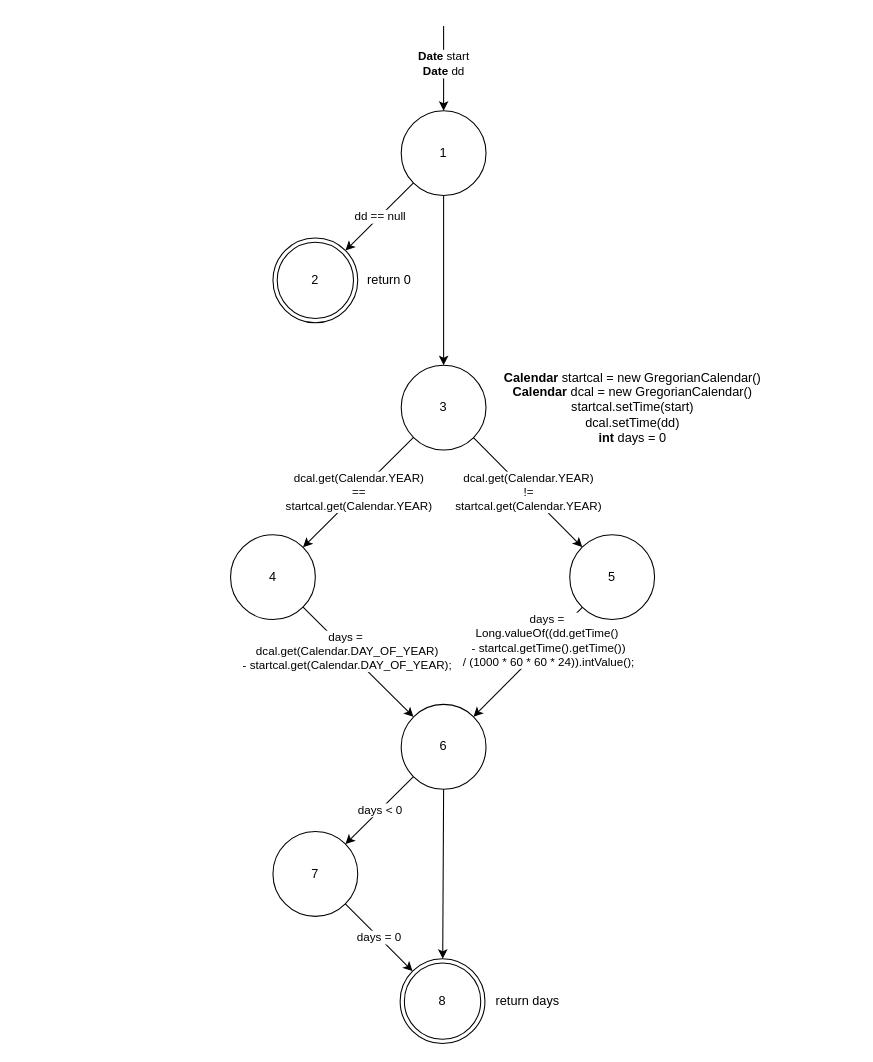
Before: assignment2/docs/CFG net.sf.borg.model.TaskModel.daysBetween.drawio in DandyEnders/EECS4313, a draw.io diagram. Source tidied: cells renumbered, new cells numbered last; positions are measured from the earlier drawing's top-left corner, leaving out a move shared by most shapes. Both pictures are drawn from the tidied source at 106%, with x=0, y=0 at pixel (230, 25).
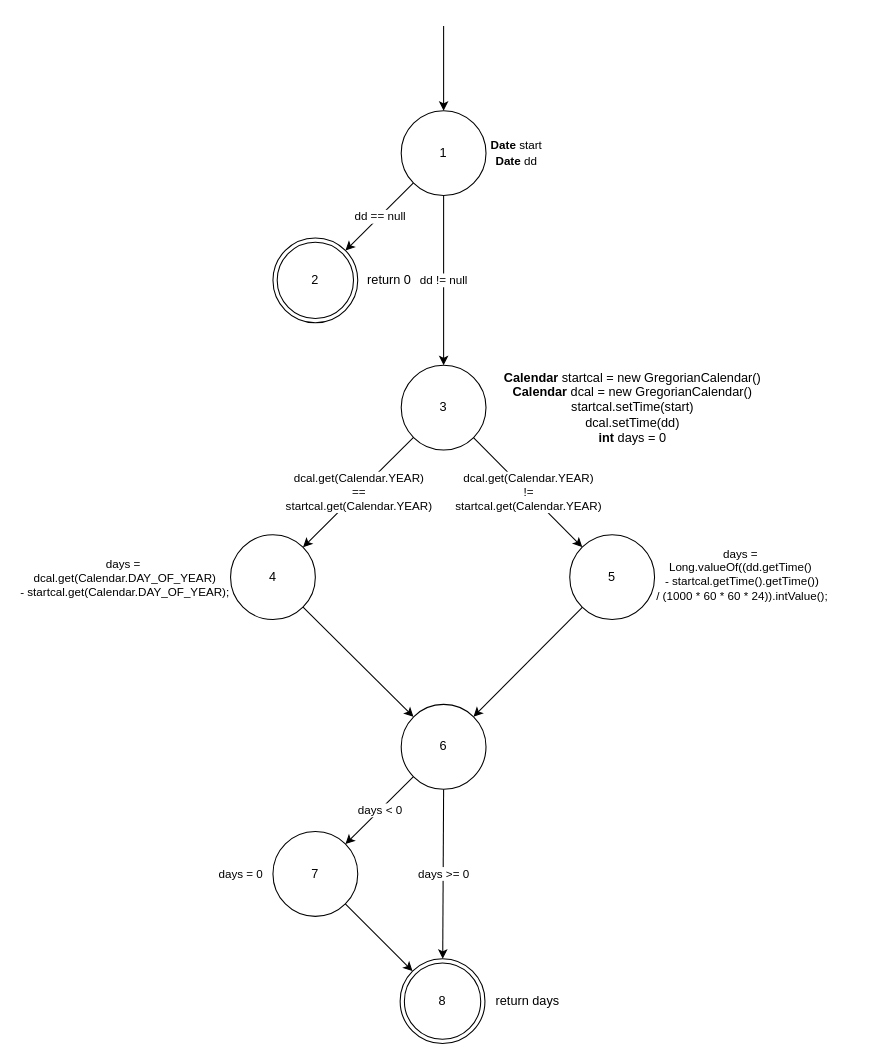
The same page after the edit.

Unchanged cells that the change refers to:
```xml
<mxCell id="4" value="1" style="ellipse;whiteSpace=wrap;html=1;" parent="1" vertex="1">
  <mxGeometry x="161" y="80" width="80" height="80" as="geometry" />
</mxCell>
<mxCell id="8" value="3" style="ellipse;whiteSpace=wrap;html=1;" parent="1" vertex="1">
  <mxGeometry x="161" y="320" width="80" height="80" as="geometry" />
</mxCell>
<mxCell id="12" value="4" style="ellipse;whiteSpace=wrap;html=1;" parent="1" vertex="1">
  <mxGeometry y="480" width="80" height="80" as="geometry" />
</mxCell>
<mxCell id="14" value="5" style="ellipse;whiteSpace=wrap;html=1;" parent="1" vertex="1">
  <mxGeometry x="320" y="480" width="80" height="80" as="geometry" />
</mxCell>
<mxCell id="17" value="6" style="ellipse;whiteSpace=wrap;html=1;" parent="1" vertex="1">
  <mxGeometry x="161" y="640" width="80" height="80" as="geometry" />
</mxCell>
<mxCell id="18" value="8" style="ellipse;shape=doubleEllipse;whiteSpace=wrap;html=1;" parent="1" vertex="1">
  <mxGeometry x="160" y="880" width="80" height="80" as="geometry" />
</mxCell>
<mxCell id="20" value="7" style="ellipse;whiteSpace=wrap;html=1;" parent="1" vertex="1">
  <mxGeometry x="40" y="760" width="80" height="80" as="geometry" />
</mxCell>
```

The edit, as a diff of the source:
```diff
@@
-    <mxCell id="3" style="edgeStyle=none;rounded=0;jettySize=auto;html=1;" parent="1" edge="1" source="4" target="8">
+    <mxCell id="3" value="dd != null" style="edgeStyle=none;rounded=0;jettySize=auto;html=1;" parent="1" edge="1" source="4" target="8">
       <mxGeometry relative="1" as="geometry" />
     </mxCell>
@@
-    <mxCell id="5" value="&lt;b&gt;Date &lt;/b&gt;start&lt;br&gt;&lt;b&gt;Date &lt;/b&gt;dd" style="endArrow=classic;html=1;entryX=0.5;entryY=0;entryDx=0;entryDy=0;" parent="1" edge="1" target="4">
+    <mxCell id="5" style="endArrow=classic;html=1;entryX=0.5;entryY=0;entryDx=0;entryDy=0;" parent="1" edge="1" target="4">
       <mxGeometry x="-0.11" relative="1" as="geometry">
         <mxPoint x="201" as="sourcePoint" />
       </mxGeometry>
     </mxCell>
@@
-    <mxCell id="11" value="&lt;div&gt;days =&amp;nbsp;&lt;/div&gt;&lt;div&gt;dcal.get(Calendar.DAY_OF_YEAR)&lt;/div&gt;&lt;div&gt;&lt;span&gt;     &lt;/span&gt;- startcal.get(Calendar.DAY_OF_YEAR);&lt;/div&gt;" style="edgeStyle=none;rounded=0;jettySize=auto;html=1;" parent="1" edge="1" source="12" target="17">
+    <mxCell id="11" style="edgeStyle=none;rounded=0;jettySize=auto;html=1;" parent="1" edge="1" source="12" target="17">
       <mxGeometry x="-0.2" relative="1" as="geometry" />
     </mxCell>
@@
-    <mxCell id="13" value="&lt;div&gt;days =&amp;nbsp;&lt;/div&gt;&lt;div&gt;Long.valueOf((dd.getTime()&amp;nbsp;&lt;/div&gt;&lt;div&gt;- startcal.getTime().getTime())&lt;/div&gt;&lt;div&gt;&lt;span&gt;     &lt;/span&gt;/ (1000 * 60 * 60 * 24)).intValue();&lt;/div&gt;" style="edgeStyle=none;rounded=0;jettySize=auto;html=1;" parent="1" edge="1" source="14" target="17">
+    <mxCell id="13" style="edgeStyle=none;rounded=0;jettySize=auto;html=1;" parent="1" edge="1" source="14" target="17">
       <mxGeometry x="-0.38" relative="1" as="geometry" />
     </mxCell>
@@
-    <mxCell id="15" style="edgeStyle=none;rounded=0;jettySize=auto;html=1;" parent="1" edge="1" source="17" target="18">
+    <mxCell id="15" value="days &amp;gt;= 0" style="edgeStyle=none;rounded=0;jettySize=auto;html=1;" parent="1" edge="1" source="17" target="18">
       <mxGeometry relative="1" as="geometry" />
     </mxCell>
@@
-    <mxCell id="19" value="days = 0" style="edgeStyle=none;rounded=0;jettySize=auto;html=1;" parent="1" edge="1" source="20" target="18">
+    <mxCell id="19" style="edgeStyle=none;rounded=0;jettySize=auto;html=1;" parent="1" edge="1" source="20" target="18">
       <mxGeometry relative="1" as="geometry" />
     </mxCell>
@@
+    <mxCell id="23" value="&#10;&#10;&lt;b style=&quot;color: rgb(0, 0, 0); font-family: helvetica; font-size: 11px; font-style: normal; letter-spacing: normal; text-align: center; text-indent: 0px; text-transform: none; word-spacing: 0px;&quot;&gt;Date&lt;span&gt;&amp;nbsp;&lt;/span&gt;&lt;/b&gt;&lt;span style=&quot;color: rgb(0, 0, 0); font-family: helvetica; font-size: 11px; font-style: normal; font-weight: 400; letter-spacing: normal; text-align: center; text-indent: 0px; text-transform: none; word-spacing: 0px; background-color: rgb(255, 255, 255); display: inline; float: none;&quot;&gt;start&lt;/span&gt;&lt;br style=&quot;color: rgb(0, 0, 0); font-family: helvetica; font-size: 11px; font-style: normal; font-weight: 400; letter-spacing: normal; text-align: center; text-indent: 0px; text-transform: none; word-spacing: 0px;&quot;&gt;&lt;b style=&quot;color: rgb(0, 0, 0); font-family: helvetica; font-size: 11px; font-style: normal; letter-spacing: normal; text-align: center; text-indent: 0px; text-transform: none; word-spacing: 0px;&quot;&gt;Date&lt;span&gt;&amp;nbsp;&lt;/span&gt;&lt;/b&gt;&lt;span style=&quot;color: rgb(0, 0, 0); font-family: helvetica; font-size: 11px; font-style: normal; font-weight: 400; letter-spacing: normal; text-align: center; text-indent: 0px; text-transform: none; word-spacing: 0px; background-color: rgb(255, 255, 255); display: inline; float: none;&quot;&gt;dd&lt;/span&gt;&#10;&#10;" style="text;html=1;strokeColor=none;fillColor=none;align=center;verticalAlign=middle;whiteSpace=wrap;rounded=0;" parent="1" vertex="1">
+      <mxGeometry x="250" y="110" width="40" height="20" as="geometry" />
+    </mxCell>
+    <mxCell id="24" value="&lt;div style=&quot;color: rgb(0, 0, 0); font-family: helvetica; font-size: 11px; font-style: normal; font-weight: 400; letter-spacing: normal; text-align: center; text-indent: 0px; text-transform: none; word-spacing: 0px;&quot;&gt;days =&amp;nbsp;&lt;/div&gt;&lt;div style=&quot;color: rgb(0, 0, 0); font-family: helvetica; font-size: 11px; font-style: normal; font-weight: 400; letter-spacing: normal; text-align: center; text-indent: 0px; text-transform: none; word-spacing: 0px;&quot;&gt;Long.valueOf((dd.getTime()&amp;nbsp;&lt;/div&gt;&lt;div style=&quot;color: rgb(0, 0, 0); font-family: helvetica; font-size: 11px; font-style: normal; font-weight: 400; letter-spacing: normal; text-align: center; text-indent: 0px; text-transform: none; word-spacing: 0px;&quot;&gt;- startcal.getTime().getTime())&lt;/div&gt;&lt;div style=&quot;color: rgb(0, 0, 0); font-family: helvetica; font-size: 11px; font-style: normal; font-weight: 400; letter-spacing: normal; text-align: center; text-indent: 0px; text-transform: none; word-spacing: 0px;&quot;&gt;&lt;span&gt;&lt;/span&gt;/ (1000 * 60 * 60 * 24)).intValue();&lt;/div&gt;" style="text;whiteSpace=wrap;html=1;" parent="1" vertex="1">
+      <mxGeometry x="400" y="485" width="190" height="70" as="geometry" />
+    </mxCell>
+    <mxCell id="25" value="&lt;div style=&quot;color: rgb(0, 0, 0); font-family: helvetica; font-size: 11px; font-style: normal; font-weight: 400; letter-spacing: normal; text-align: center; text-indent: 0px; text-transform: none; word-spacing: 0px;&quot;&gt;days =&amp;nbsp;&lt;/div&gt;&lt;div style=&quot;color: rgb(0, 0, 0); font-family: helvetica; font-size: 11px; font-style: normal; font-weight: 400; letter-spacing: normal; text-align: center; text-indent: 0px; text-transform: none; word-spacing: 0px;&quot;&gt;dcal.get(Calendar.DAY_OF_YEAR)&lt;/div&gt;&lt;div style=&quot;color: rgb(0, 0, 0); font-family: helvetica; font-size: 11px; font-style: normal; font-weight: 400; letter-spacing: normal; text-align: center; text-indent: 0px; text-transform: none; word-spacing: 0px;&quot;&gt;&lt;span&gt;&lt;/span&gt;- startcal.get(Calendar.DAY_OF_YEAR);&lt;/div&gt;" style="text;whiteSpace=wrap;html=1;" parent="1" vertex="1">
+      <mxGeometry x="-200" y="495" width="220" height="60" as="geometry" />
+    </mxCell>
+    <mxCell id="26" value="&#10;&#10;&lt;span style=&quot;color: rgb(0, 0, 0); font-family: helvetica; font-size: 11px; font-style: normal; font-weight: 400; letter-spacing: normal; text-align: center; text-indent: 0px; text-transform: none; word-spacing: 0px; background-color: rgb(255, 255, 255); display: inline; float: none;&quot;&gt;days = 0&lt;/span&gt;&#10;&#10;" style="text;html=1;strokeColor=none;fillColor=none;align=center;verticalAlign=middle;whiteSpace=wrap;rounded=0;" parent="1" vertex="1">
+      <mxGeometry x="-20" y="790" width="60" height="20" as="geometry" />
+    </mxCell>
```
